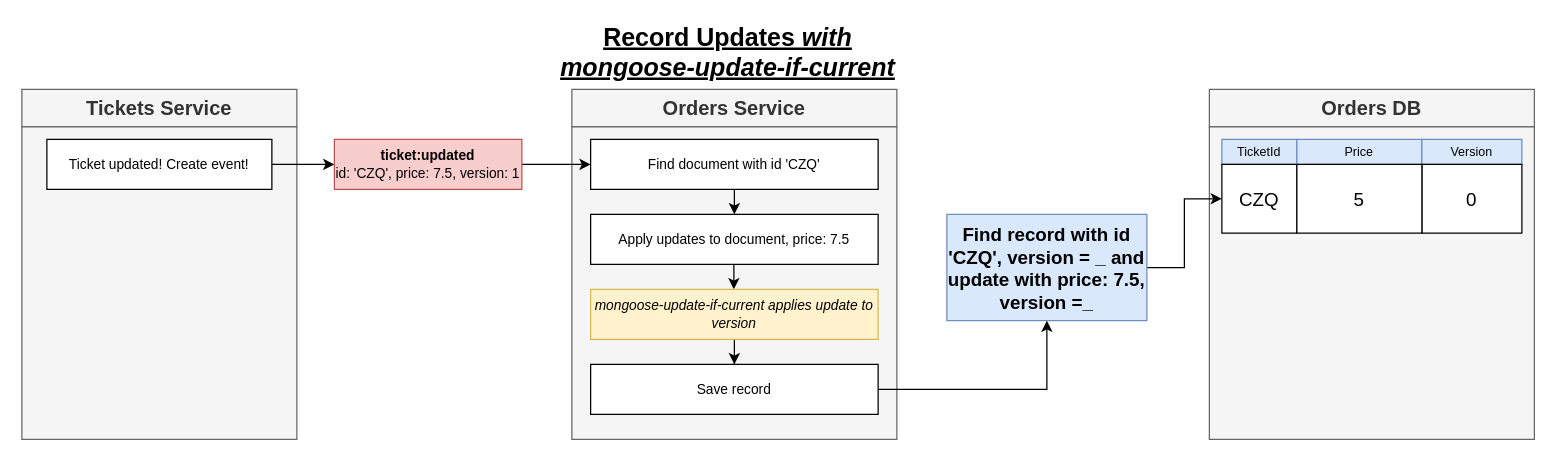
HappySuzuki/microservices-cast keeps this draw.io diagram as page "13 - update" (13 of 19) of diagrams/08/03.drawio. Above is the earlier version. Source tidied: cells renumbered, new cells numbered last; positions are measured from the earlier drawing's top-left corner, leaving out a move shared by most shapes. Both pictures are drawn from the tidied source at 125%, with x=0, y=0 at pixel (21, 39).
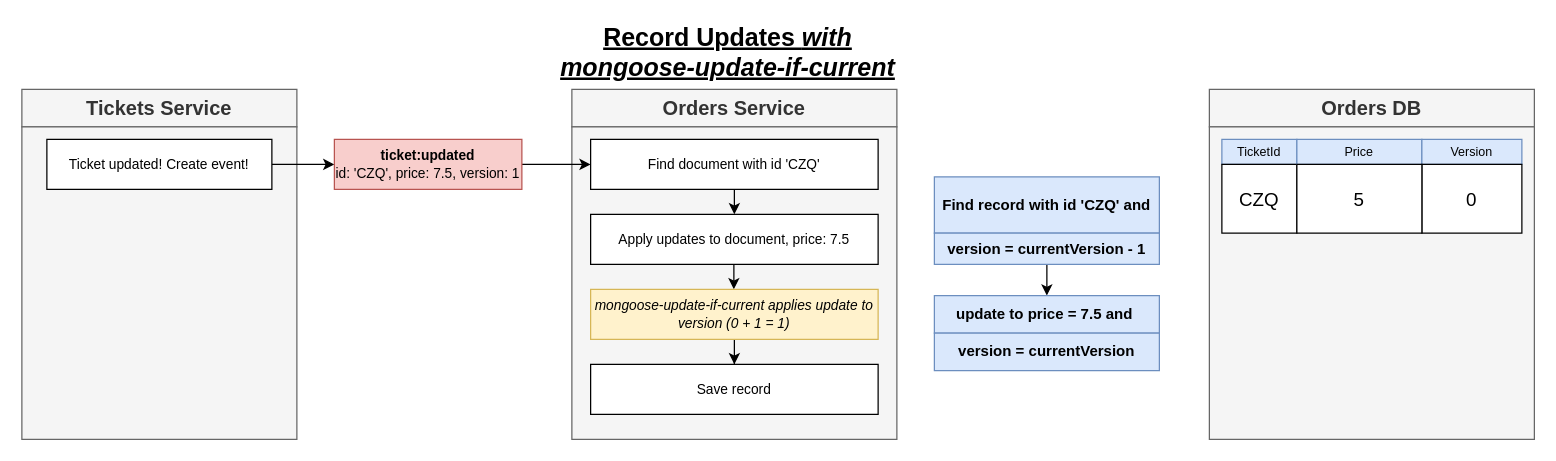
The same page after the edit.

Unchanged cells that the change refers to:
```xml
<mxCell id="5" value="CZQ" style="rounded=0;whiteSpace=wrap;html=1;fontSize=15;align=center;" parent="1" vertex="1">
  <mxGeometry x="960" y="100" width="60" height="55" as="geometry" />
</mxCell>
<mxCell id="23" value="&lt;span&gt;Save record&lt;/span&gt;" style="rounded=0;whiteSpace=wrap;html=1;fontSize=11;align=center;fontStyle=0;" parent="1" vertex="1">
  <mxGeometry x="455" y="260" width="230" height="40" as="geometry" />
</mxCell>
```

What changed in the source:
```diff
@@
-    <mxCell id="16" style="edgeStyle=orthogonalEdgeStyle;rounded=0;jettySize=auto;html=1;exitX=1;exitY=0.5;exitDx=0;exitDy=0;fontSize=15;" parent="1" edge="1" source="17" target="5">
-      <mxGeometry relative="1" as="geometry" />
-    </mxCell>
-    <mxCell id="17" value="&lt;b&gt;Find record with id 'CZQ', version = _ and update with price: 7.5, version =_&lt;/b&gt;" style="rounded=0;whiteSpace=wrap;html=1;fontSize=15;align=center;fillColor=#dae8fc;strokeColor=#6c8ebf;" parent="1" vertex="1">
-      <mxGeometry x="740" y="140" width="160" height="85" as="geometry" />
+    <mxCell id="17" value="&lt;b style=&quot;font-size: 12px;&quot;&gt;Find record with id 'CZQ' and&lt;/b&gt;" style="rounded=0;whiteSpace=wrap;html=1;fontSize=12;align=center;fillColor=#dae8fc;strokeColor=#6c8ebf;" parent="1" vertex="1">
+      <mxGeometry x="730" y="110" width="180" height="45" as="geometry" />
     </mxCell>
@@
-    <mxCell id="22" style="edgeStyle=orthogonalEdgeStyle;rounded=0;jettySize=auto;html=1;exitX=1;exitY=0.5;exitDx=0;exitDy=0;fontSize=11;" parent="1" edge="1" source="23" target="17">
-      <mxGeometry relative="1" as="geometry" />
-    </mxCell>
@@
-    <mxCell id="28" value="&lt;span&gt;&lt;i&gt;mongoose-update-if-current applies update to version&lt;/i&gt;&lt;/span&gt;" style="rounded=0;whiteSpace=wrap;html=1;fontSize=11;align=center;fontStyle=0;fillColor=#fff2cc;strokeColor=#d6b656;" parent="1" vertex="1">
+    <mxCell id="28" value="&lt;span&gt;&lt;i&gt;mongoose-update-if-current applies update to version (0 + 1 = 1)&lt;/i&gt;&lt;/span&gt;" style="rounded=0;whiteSpace=wrap;html=1;fontSize=11;align=center;fontStyle=0;fillColor=#fff2cc;strokeColor=#d6b656;" parent="1" vertex="1">
       <mxGeometry x="455" y="200" width="230" height="40" as="geometry" />
     </mxCell>
+    <mxCell id="29" style="edgeStyle=orthogonalEdgeStyle;rounded=0;jettySize=auto;html=1;exitX=0.5;exitY=1;exitDx=0;exitDy=0;entryX=0.5;entryY=0;entryDx=0;entryDy=0;fontSize=12;" parent="1" edge="1" source="30" target="31">
+      <mxGeometry relative="1" as="geometry" />
+    </mxCell>
+    <mxCell id="30" value="&lt;b style=&quot;font-size: 12px;&quot;&gt;version = currentVersion - 1&lt;/b&gt;" style="rounded=0;whiteSpace=wrap;html=1;fontSize=12;align=center;fillColor=#dae8fc;strokeColor=#6c8ebf;" parent="1" vertex="1">
+      <mxGeometry x="730" y="155" width="180" height="25" as="geometry" />
+    </mxCell>
+    <mxCell id="31" value="&lt;b&gt;update to price = 7.5 and&amp;nbsp;&lt;/b&gt;" style="rounded=0;whiteSpace=wrap;html=1;fontSize=12;align=center;fillColor=#dae8fc;strokeColor=#6c8ebf;" parent="1" vertex="1">
+      <mxGeometry x="730" y="205" width="180" height="30" as="geometry" />
+    </mxCell>
+    <mxCell id="32" value="&lt;b&gt;version = currentVersion&lt;/b&gt;" style="rounded=0;whiteSpace=wrap;html=1;fontSize=12;align=center;fillColor=#dae8fc;strokeColor=#6c8ebf;" parent="1" vertex="1">
+      <mxGeometry x="730" y="235" width="180" height="30" as="geometry" />
+    </mxCell>
```
